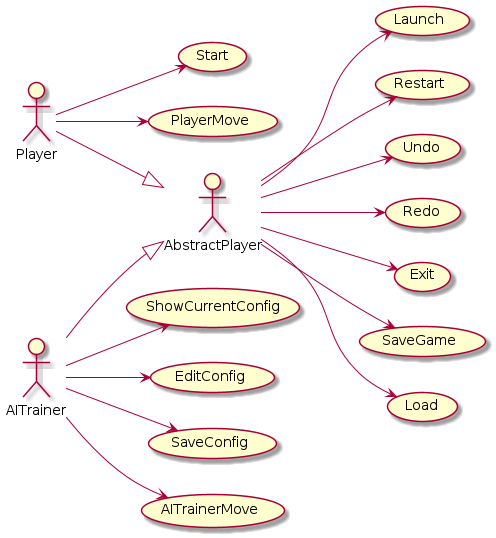
This is docs/output/use-cases/UseCases.png from Master-Desarrollo-20-21/patrones-diseno---practica-final---juego-de-las-damas-fraylopez, a PlantUML export, as it was before one commit.
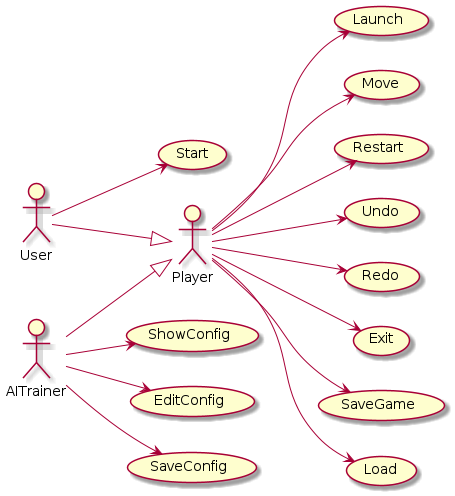
The same diagram one commit later.

What changed in the source:
```diff
@@ -1,15 +1,15 @@
 @startuml UseCases
 left to right direction
+actor User
+actor AITrainer
 actor Player
-actor AITrainer
-actor AbstractPlayer
 
-AITrainer -down-|> AbstractPlayer
-Player -down-|> AbstractPlayer
+AITrainer -down-|> Player
+User -down-|> Player
 
 usecase Launch
 usecase Start
-usecase PlayerMove
+usecase Move
 usecase Restart
 usecase Undo
 usecase Redo
@@ -17,25 +17,23 @@
 usecase SaveGame
 usecase Load
 
-AbstractPlayer --> Launch
-AbstractPlayer --> Undo
-AbstractPlayer --> Redo
-AbstractPlayer --> Exit
-AbstractPlayer --> SaveGame
-AbstractPlayer --> Restart
-AbstractPlayer --> Load
+Player --> Launch
+Player --> Undo
+Player --> Redo
+Player --> Exit
+Player --> SaveGame
+Player --> Restart
+Player --> Load
+Player --> Move
 
-Player --> Start
-Player --> PlayerMove
+User --> Start
 
-usecase ShowCurrentConfig
+usecase ShowConfig
 usecase EditConfig
 usecase SaveConfig
-usecase AITrainerMove
 
-AITrainer --> ShowCurrentConfig
+AITrainer --> ShowConfig
 AITrainer --> EditConfig
 AITrainer --> SaveConfig
-AITrainer --> AITrainerMove
 
 @enduml
```
